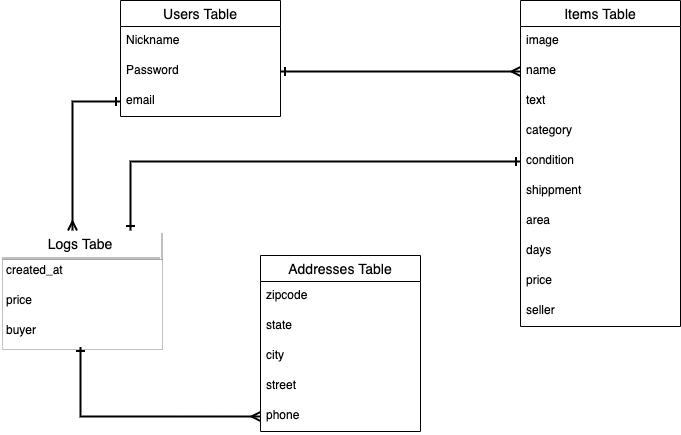
Earlier version of the draw.io export er.drawio.png (takesuke23/furima-28180). Source tidied: cells renumbered, new cells last; positions are measured from the earlier drawing's top-left corner, leaving out a move shared by most shapes.
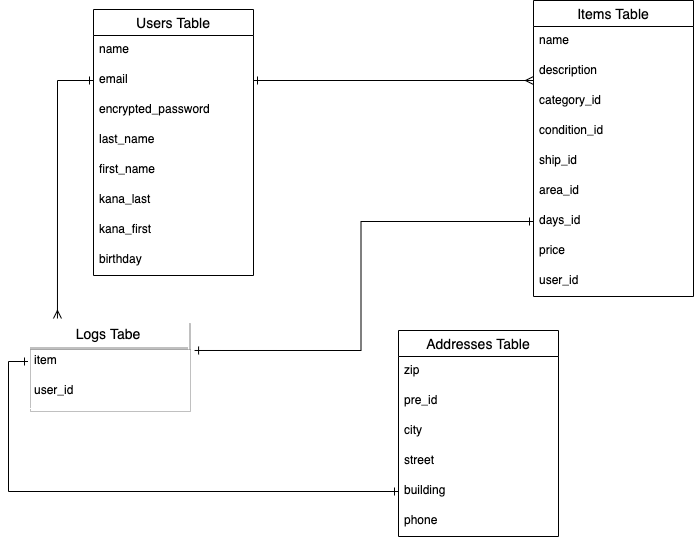
After the change.

Commit message:
ER図とREADMEの修正3回目

What changed in the source:
```diff
@@ -2,87 +2,93 @@
   <root>
     <mxCell id="0" />
     <mxCell id="1" parent="0" />
+    <mxCell id="13" value="Users Table" style="swimlane;fontStyle=0;horizontal=1;startSize=26;align=center;fontSize=14;" parent="1" vertex="1">
+      <mxGeometry x="120" width="160" height="266" as="geometry" />
+    </mxCell>
+    <mxCell id="14" value="name" style="text;strokeColor=none;fillColor=none;spacingLeft=4;spacingRight=4;overflow=hidden;fontSize=12;" parent="13" vertex="1">
+      <mxGeometry y="26" width="160" height="30" as="geometry" />
+    </mxCell>
+    <mxCell id="15" value="email" style="text;strokeColor=none;fillColor=none;spacingLeft=4;spacingRight=4;overflow=hidden;points=[[0,0.5],[1,0.5]];portConstraint=eastwest;fontSize=12;" parent="13" vertex="1">
+      <mxGeometry y="56" width="160" height="30" as="geometry" />
+    </mxCell>
+    <mxCell id="16" value="encrypted_password" style="text;strokeColor=none;fillColor=none;spacingLeft=4;spacingRight=4;overflow=hidden;points=[[0,0.5],[1,0.5]];portConstraint=eastwest;fontSize=12;" parent="13" vertex="1">
+      <mxGeometry y="86" width="160" height="30" as="geometry" />
+    </mxCell>
+    <mxCell id="31" value="last_name" style="text;strokeColor=none;fillColor=none;spacingLeft=4;spacingRight=4;overflow=hidden;fontSize=12;" parent="13" vertex="1">
+      <mxGeometry y="116" width="160" height="30" as="geometry" />
+    </mxCell>
+    <mxCell id="32" value="first_name" style="text;strokeColor=none;fillColor=none;spacingLeft=4;spacingRight=4;overflow=hidden;fontSize=12;" parent="13" vertex="1">
+      <mxGeometry y="146" width="160" height="30" as="geometry" />
+    </mxCell>
+    <mxCell id="33" value="kana_last" style="text;strokeColor=none;fillColor=none;spacingLeft=4;spacingRight=4;overflow=hidden;fontSize=12;" parent="13" vertex="1">
+      <mxGeometry y="176" width="160" height="30" as="geometry" />
+    </mxCell>
+    <mxCell id="34" value="kana_first" style="text;strokeColor=none;fillColor=none;spacingLeft=4;spacingRight=4;overflow=hidden;fontSize=12;" parent="13" vertex="1">
+      <mxGeometry y="206" width="160" height="30" as="geometry" />
+    </mxCell>
+    <mxCell id="35" value="birthday" style="text;strokeColor=none;fillColor=none;spacingLeft=4;spacingRight=4;overflow=hidden;fontSize=12;" parent="13" vertex="1">
+      <mxGeometry y="236" width="160" height="30" as="geometry" />
+    </mxCell>
+    <mxCell id="36" style="edgeStyle=orthogonalEdgeStyle;rounded=0;jettySize=auto;html=1;exitX=1;exitY=0.5;exitDx=0;exitDy=0;startArrow=ERone;startFill=0;endArrow=ERmany;endFill=0;" parent="1" edge="1" source="15">
+      <mxGeometry relative="1" as="geometry">
+        <mxPoint x="560" y="71" as="targetPoint" />
+      </mxGeometry>
+    </mxCell>
+    <mxCell id="37" style="edgeStyle=orthogonalEdgeStyle;rounded=0;jettySize=auto;html=1;exitX=0;exitY=0.5;exitDx=0;exitDy=0;startArrow=ERone;startFill=0;endArrow=ERmany;endFill=0;entryX=0.181;entryY=-0.023;entryDx=0;entryDy=0;entryPerimeter=0;" parent="1" edge="1" source="15" target="18">
+      <mxGeometry relative="1" as="geometry" />
+    </mxCell>
     <mxCell id="2" value="Items Table" style="swimlane;fontStyle=0;horizontal=1;startSize=26;align=center;fontSize=14;" parent="1" vertex="1">
-      <mxGeometry x="520" width="160" height="326" as="geometry" />
+      <mxGeometry x="560" y="-9" width="160" height="296" as="geometry" />
     </mxCell>
-    <mxCell id="3" value="image" style="text;strokeColor=none;fillColor=none;spacingLeft=4;spacingRight=4;overflow=hidden;fontSize=12;" parent="2" vertex="1">
+    <mxCell id="3" value="name" style="text;strokeColor=none;fillColor=none;spacingLeft=4;spacingRight=4;overflow=hidden;fontSize=12;" parent="2" vertex="1">
       <mxGeometry y="26" width="160" height="30" as="geometry" />
     </mxCell>
-    <mxCell id="4" value="name" style="text;strokeColor=none;fillColor=none;spacingLeft=4;spacingRight=4;overflow=hidden;points=[[0,0.5],[1,0.5]];portConstraint=eastwest;fontSize=12;" parent="2" vertex="1">
+    <mxCell id="4" value="description" style="text;strokeColor=none;fillColor=none;spacingLeft=4;spacingRight=4;overflow=hidden;points=[[0,0.5],[1,0.5]];portConstraint=eastwest;fontSize=12;" parent="2" vertex="1">
       <mxGeometry y="56" width="160" height="30" as="geometry" />
     </mxCell>
-    <mxCell id="5" value="text" style="text;strokeColor=none;fillColor=none;spacingLeft=4;spacingRight=4;overflow=hidden;fontSize=12;" parent="2" vertex="1">
+    <mxCell id="5" value="category_id" style="text;strokeColor=none;fillColor=none;spacingLeft=4;spacingRight=4;overflow=hidden;fontSize=12;" parent="2" vertex="1">
       <mxGeometry y="86" width="160" height="30" as="geometry" />
     </mxCell>
-    <mxCell id="6" value="category" style="text;strokeColor=none;fillColor=none;spacingLeft=4;spacingRight=4;overflow=hidden;fontSize=12;" parent="2" vertex="1">
+    <mxCell id="6" value="condition_id" style="text;strokeColor=none;fillColor=none;spacingLeft=4;spacingRight=4;overflow=hidden;fontSize=12;" parent="2" vertex="1">
       <mxGeometry y="116" width="160" height="30" as="geometry" />
     </mxCell>
-    <mxCell id="7" value="condition" style="text;strokeColor=none;fillColor=none;spacingLeft=4;spacingRight=4;overflow=hidden;points=[[0,0.5],[1,0.5]];portConstraint=eastwest;fontSize=12;" parent="2" vertex="1">
+    <mxCell id="7" value="ship_id" style="text;strokeColor=none;fillColor=none;spacingLeft=4;spacingRight=4;overflow=hidden;points=[[0,0.5],[1,0.5]];portConstraint=eastwest;fontSize=12;" parent="2" vertex="1">
       <mxGeometry y="146" width="160" height="30" as="geometry" />
     </mxCell>
-    <mxCell id="8" value="shippment" style="text;strokeColor=none;fillColor=none;spacingLeft=4;spacingRight=4;overflow=hidden;fontSize=12;" parent="2" vertex="1">
+    <mxCell id="8" value="area_id" style="text;strokeColor=none;fillColor=none;spacingLeft=4;spacingRight=4;overflow=hidden;fontSize=12;" parent="2" vertex="1">
       <mxGeometry y="176" width="160" height="30" as="geometry" />
     </mxCell>
-    <mxCell id="9" value="area" style="text;strokeColor=none;fillColor=none;spacingLeft=4;spacingRight=4;overflow=hidden;points=[[0,0.5],[1,0.5]];portConstraint=eastwest;fontSize=12;" parent="2" vertex="1">
+    <mxCell id="9" value="days_id" style="text;strokeColor=none;fillColor=none;spacingLeft=4;spacingRight=4;overflow=hidden;points=[[0,0.5],[1,0.5]];portConstraint=eastwest;fontSize=12;" parent="2" vertex="1">
       <mxGeometry y="206" width="160" height="30" as="geometry" />
     </mxCell>
-    <mxCell id="10" value="days" style="text;strokeColor=none;fillColor=none;spacingLeft=4;spacingRight=4;overflow=hidden;fontSize=12;" parent="2" vertex="1">
+    <mxCell id="10" value="price" style="text;strokeColor=none;fillColor=none;spacingLeft=4;spacingRight=4;overflow=hidden;fontSize=12;" parent="2" vertex="1">
       <mxGeometry y="236" width="160" height="30" as="geometry" />
     </mxCell>
-    <mxCell id="11" value="price" style="text;strokeColor=none;fillColor=none;spacingLeft=4;spacingRight=4;overflow=hidden;fontSize=12;" parent="2" vertex="1">
+    <mxCell id="11" value="user_id" style="text;strokeColor=none;fillColor=none;spacingLeft=4;spacingRight=4;overflow=hidden;fontSize=12;" parent="2" vertex="1">
       <mxGeometry y="266" width="160" height="30" as="geometry" />
     </mxCell>
-    <mxCell id="12" value="seller" style="text;strokeColor=none;fillColor=none;spacingLeft=4;spacingRight=4;overflow=hidden;fontSize=12;" parent="2" vertex="1">
-      <mxGeometry y="296" width="160" height="30" as="geometry" />
-    </mxCell>
-    <mxCell id="13" value="Users Table" style="swimlane;fontStyle=0;horizontal=1;startSize=26;align=center;fontSize=14;" parent="1" vertex="1">
-      <mxGeometry x="120" width="160" height="116" as="geometry" />
-    </mxCell>
-    <mxCell id="14" value="Nickname" style="text;strokeColor=none;fillColor=none;spacingLeft=4;spacingRight=4;overflow=hidden;fontSize=12;" parent="13" vertex="1">
-      <mxGeometry y="26" width="160" height="30" as="geometry" />
-    </mxCell>
-    <mxCell id="15" value="Password" style="text;strokeColor=none;fillColor=none;spacingLeft=4;spacingRight=4;overflow=hidden;points=[[0,0.5],[1,0.5]];portConstraint=eastwest;fontSize=12;" parent="13" vertex="1">
-      <mxGeometry y="56" width="160" height="30" as="geometry" />
-    </mxCell>
-    <mxCell id="16" value="email" style="text;strokeColor=none;fillColor=none;spacingLeft=4;spacingRight=4;overflow=hidden;points=[[0,0.5],[1,0.5]];portConstraint=eastwest;fontSize=12;" parent="13" vertex="1">
-      <mxGeometry y="86" width="160" height="30" as="geometry" />
-    </mxCell>
-    <mxCell id="17" style="edgeStyle=orthogonalEdgeStyle;rounded=0;jettySize=auto;html=1;entryX=0;entryY=0.5;entryDx=0;entryDy=0;startArrow=ERone;startFill=0;endArrow=ERmany;endFill=0;strokeWidth=2;" parent="1" edge="1" source="18" target="30">
-      <mxGeometry relative="1" as="geometry" />
-    </mxCell>
+    <mxCell id="38" style="edgeStyle=orthogonalEdgeStyle;rounded=0;jettySize=auto;html=1;exitX=0;exitY=0.5;exitDx=0;exitDy=0;entryX=1.038;entryY=0.133;entryDx=0;entryDy=0;entryPerimeter=0;startArrow=ERone;startFill=0;endArrow=ERone;endFill=0;" parent="1" edge="1" source="9" target="20">
+      <mxGeometry relative="1" as="geometry" />
+    </mxCell>
+    <mxCell id="39" style="edgeStyle=orthogonalEdgeStyle;rounded=0;jettySize=auto;html=1;exitX=0;exitY=0.5;exitDx=0;exitDy=0;entryX=0;entryY=0.5;entryDx=0;entryDy=0;startArrow=ERone;startFill=0;endArrow=ERone;endFill=0;" parent="1" edge="1" source="20" target="30">
+      <mxGeometry relative="1" as="geometry" />
+    </mxCell>
     <mxCell id="18" value="Logs Tabe" style="swimlane;fontStyle=0;horizontal=1;startSize=26;align=center;fontSize=14;perimeterSpacing=0;strokeColor=#FFFFFF;swimlaneLine=1;shadow=1;" parent="1" vertex="1">
-      <mxGeometry y="230" width="160" height="116" as="geometry" />
+      <mxGeometry x="55" y="311" width="160" height="88" as="geometry" />
     </mxCell>
-    <mxCell id="19" value="created_at" style="text;fillColor=none;spacingLeft=4;spacingRight=4;overflow=hidden;fontSize=12;" parent="18" vertex="1">
-      <mxGeometry y="26" width="160" height="30" as="geometry" />
-    </mxCell>
-    <mxCell id="20" value="price" style="text;fillColor=none;spacingLeft=4;spacingRight=4;overflow=hidden;points=[[0,0.5],[1,0.5]];portConstraint=eastwest;fontSize=12;" parent="18" vertex="1">
-      <mxGeometry y="56" width="160" height="30" as="geometry" />
+    <mxCell id="20" value="item" style="text;fillColor=none;spacingLeft=4;spacingRight=4;overflow=hidden;points=[[0,0.5],[1,0.5]];portConstraint=eastwest;fontSize=12;" parent="18" vertex="1">
+      <mxGeometry y="26" width="160" height="30" as="geometry" />
     </mxCell>
-    <mxCell id="21" value="buyer" style="text;strokeColor=none;fillColor=none;spacingLeft=4;spacingRight=4;overflow=hidden;fontSize=12;" parent="18" vertex="1">
-      <mxGeometry y="86" width="160" height="30" as="geometry" />
+    <mxCell id="21" value="user_id" style="text;strokeColor=none;fillColor=none;spacingLeft=4;spacingRight=4;overflow=hidden;fontSize=12;" parent="18" vertex="1">
+      <mxGeometry y="56" width="160" height="32" as="geometry" />
     </mxCell>
-    <mxCell id="22" style="edgeStyle=orthogonalEdgeStyle;rounded=0;jettySize=auto;html=1;exitX=1;exitY=0.5;exitDx=0;exitDy=0;endArrow=ERmany;endFill=0;startArrow=ERone;startFill=0;entryX=0;entryY=0.5;entryDx=0;entryDy=0;strokeWidth=2;" parent="1" edge="1" source="15" target="4">
-      <mxGeometry relative="1" as="geometry" />
-    </mxCell>
-    <mxCell id="23" style="edgeStyle=orthogonalEdgeStyle;rounded=0;jettySize=auto;html=1;exitX=0;exitY=0.5;exitDx=0;exitDy=0;entryX=0.45;entryY=0;entryDx=0;entryDy=0;entryPerimeter=0;startArrow=ERone;startFill=0;endArrow=ERmany;endFill=0;strokeWidth=2;" parent="1" edge="1" source="16" target="18">
-      <mxGeometry relative="1" as="geometry" />
-    </mxCell>
-    <mxCell id="24" style="edgeStyle=orthogonalEdgeStyle;rounded=0;jettySize=auto;html=1;exitX=0;exitY=0.5;exitDx=0;exitDy=0;startArrow=ERone;startFill=0;endArrow=ERone;endFill=0;strokeWidth=2;" parent="1" edge="1" source="7">
-      <mxGeometry relative="1" as="geometry">
-        <mxPoint x="130" y="230" as="targetPoint" />
-        <Array as="points">
-          <mxPoint x="130" y="161" />
-        </Array>
-      </mxGeometry>
-    </mxCell>
     <mxCell id="25" value="Addresses Table" style="swimlane;fontStyle=0;horizontal=1;startSize=26;align=center;fontSize=14;" parent="1" vertex="1">
-      <mxGeometry x="260" y="255" width="160" height="176" as="geometry" />
+      <mxGeometry x="425" y="321" width="160" height="206" as="geometry" />
     </mxCell>
-    <mxCell id="26" value="zipcode" style="text;strokeColor=none;fillColor=none;spacingLeft=4;spacingRight=4;overflow=hidden;fontSize=12;" parent="25" vertex="1">
+    <mxCell id="26" value="zip" style="text;strokeColor=none;fillColor=none;spacingLeft=4;spacingRight=4;overflow=hidden;fontSize=12;" parent="25" vertex="1">
       <mxGeometry y="26" width="160" height="30" as="geometry" />
     </mxCell>
-    <mxCell id="27" value="state" style="text;strokeColor=none;fillColor=none;spacingLeft=4;spacingRight=4;overflow=hidden;fontSize=12;" parent="25" vertex="1">
+    <mxCell id="27" value="pre_id" style="text;strokeColor=none;fillColor=none;spacingLeft=4;spacingRight=4;overflow=hidden;fontSize=12;" parent="25" vertex="1">
       <mxGeometry y="56" width="160" height="30" as="geometry" />
     </mxCell>
     <mxCell id="28" value="city" style="text;strokeColor=none;fillColor=none;spacingLeft=4;spacingRight=4;overflow=hidden;fontSize=12;" parent="25" vertex="1">
@@ -91,8 +97,11 @@
     <mxCell id="29" value="street" style="text;strokeColor=none;fillColor=none;spacingLeft=4;spacingRight=4;overflow=hidden;fontSize=12;" parent="25" vertex="1">
       <mxGeometry y="116" width="160" height="30" as="geometry" />
     </mxCell>
-    <mxCell id="30" value="phone" style="text;strokeColor=none;fillColor=none;spacingLeft=4;spacingRight=4;overflow=hidden;points=[[0,0.5],[1,0.5]];portConstraint=eastwest;fontSize=12;" parent="25" vertex="1">
+    <mxCell id="30" value="building" style="text;strokeColor=none;fillColor=none;spacingLeft=4;spacingRight=4;overflow=hidden;points=[[0,0.5],[1,0.5]];portConstraint=eastwest;fontSize=12;" parent="25" vertex="1">
       <mxGeometry y="146" width="160" height="30" as="geometry" />
     </mxCell>
+    <mxCell id="40" value="phone" style="text;strokeColor=none;fillColor=none;spacingLeft=4;spacingRight=4;overflow=hidden;fontSize=12;" parent="25" vertex="1">
+      <mxGeometry y="176" width="160" height="30" as="geometry" />
+    </mxCell>
   </root>
 </mxGraphModel>
```
